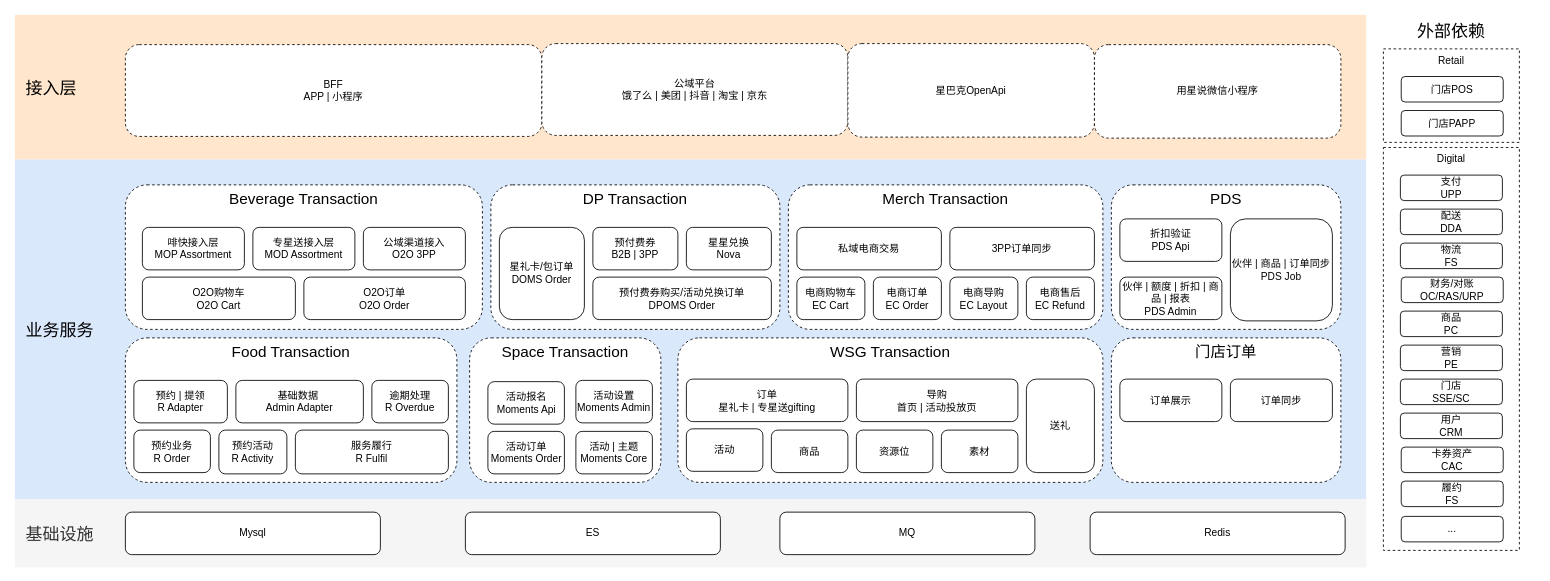
Earlier version of the draw.io diagram page "现状技术架构" (3 of 5) of OMS2.0业务架构.drawio (alexzhang2015/PC2.0). Source tidied: cells renumbered, new cells numbered last; positions are measured from the earlier drawing's top-left corner, leaving out a move shared by most shapes. Both pictures are drawn from the tidied source at 85%, with x=0, y=0 at pixel (14, 14).
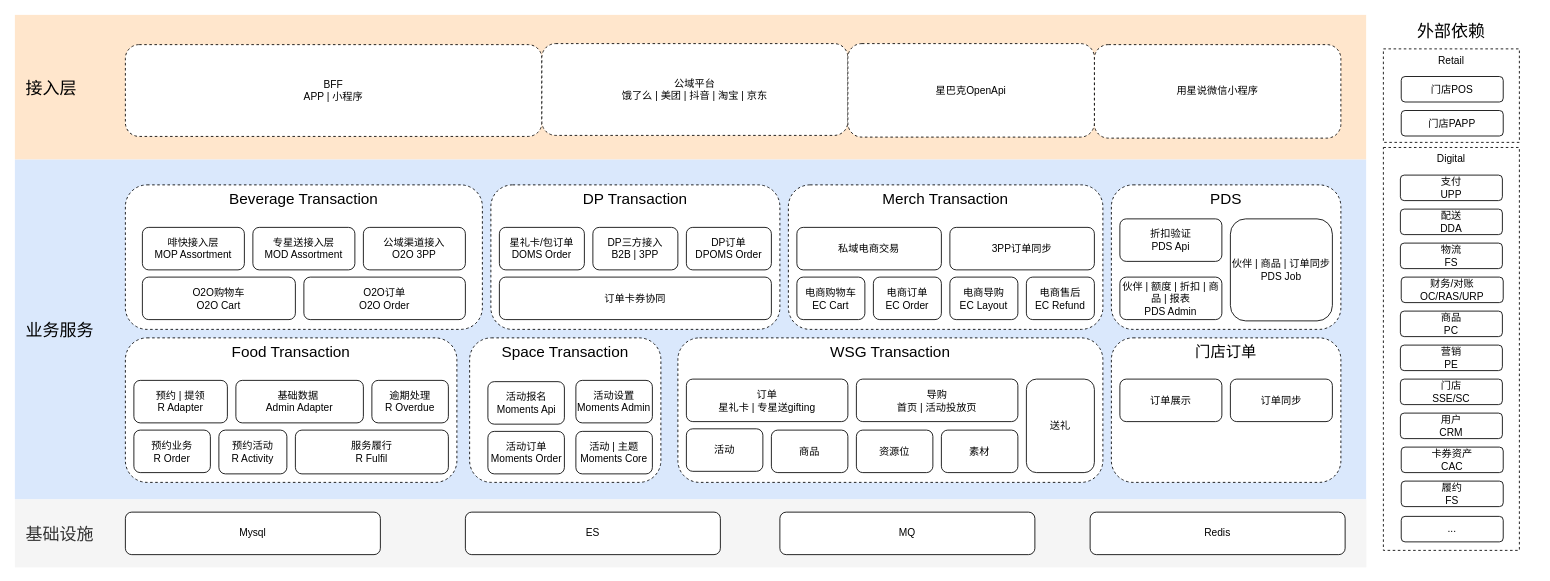
The same diagram, later.

What changed in the source:
```diff
@@
     <mxCell id="11" value="&lt;div&gt;星礼卡/包订单&lt;span style=&quot;background-color: initial;&quot;&gt;&lt;br&gt;&lt;/span&gt;&lt;/div&gt;&lt;div&gt;&lt;span style=&quot;background-color: initial;&quot;&gt;DOMS Order&lt;/span&gt;&lt;br&gt;&lt;/div&gt;" style="rounded=1;whiteSpace=wrap;html=1;verticalAlign=middle;" parent="1" vertex="1">
-      <mxGeometry x="570" y="250" width="100" height="108.5" as="geometry" />
+      <mxGeometry x="570" y="250" width="100" height="50" as="geometry" />
     </mxCell>
-    <mxCell id="12" value="&lt;div&gt;预付费券&lt;/div&gt;&lt;div&gt;B2B | 3PP&lt;br&gt;&lt;/div&gt;" style="rounded=1;whiteSpace=wrap;html=1;verticalAlign=middle;" parent="1" vertex="1">
+    <mxCell id="12" value="&lt;div&gt;&lt;div&gt;DP三方接入&lt;/div&gt;&lt;div&gt;B2B | 3PP&lt;/div&gt;&lt;/div&gt;" style="rounded=1;whiteSpace=wrap;html=1;verticalAlign=middle;" parent="1" vertex="1">
       <mxGeometry x="680" y="250" width="100" height="50" as="geometry" />
     </mxCell>
@@
-    <mxCell id="19" value="&lt;div&gt;&lt;span style=&quot;background-color: initial;&quot;&gt;预付费券购买/活动兑换订单&lt;/span&gt;&lt;/div&gt;&lt;div&gt;&lt;span style=&quot;background-color: initial;&quot;&gt;DPOMS Order&lt;/span&gt;&lt;/div&gt;" style="rounded=1;whiteSpace=wrap;html=1;verticalAlign=middle;" parent="1" vertex="1">
-      <mxGeometry x="680" y="308.5" width="210" height="50" as="geometry" />
+    <mxCell id="19" value="&lt;div&gt;订单卡券协同&lt;/div&gt;" style="rounded=1;whiteSpace=wrap;html=1;verticalAlign=middle;" parent="1" vertex="1">
+      <mxGeometry x="570" y="308.5" width="320" height="50" as="geometry" />
     </mxCell>
@@
-    <mxCell id="22" value="&lt;div&gt;星星兑换&lt;/div&gt;&lt;div&gt;Nova&lt;/div&gt;" style="rounded=1;whiteSpace=wrap;html=1;verticalAlign=middle;" parent="1" vertex="1">
+    <mxCell id="22" value="&lt;div&gt;DP订单&lt;/div&gt;&lt;div&gt;DPOMS Order&lt;/div&gt;" style="rounded=1;whiteSpace=wrap;html=1;verticalAlign=middle;" parent="1" vertex="1">
       <mxGeometry x="790" y="250" width="100" height="50" as="geometry" />
     </mxCell>
```
